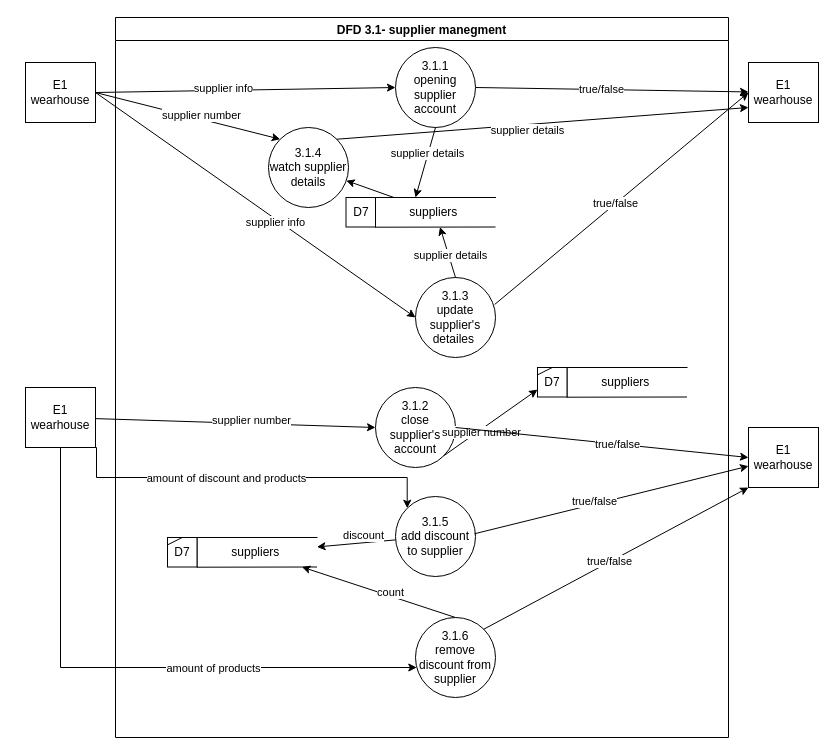
Before: page "dfd3.1" (2 of 4) of docs/DFD/DFD3_Supplier.drawio in Naveavra/Market, a draw.io diagram. Source tidied: cells renumbered, new cells numbered last; positions are measured from the earlier drawing's top-left corner, leaving out a move shared by most shapes. Both pictures are drawn from the tidied source at 100%, with x=0, y=0 at pixel (25, 17).
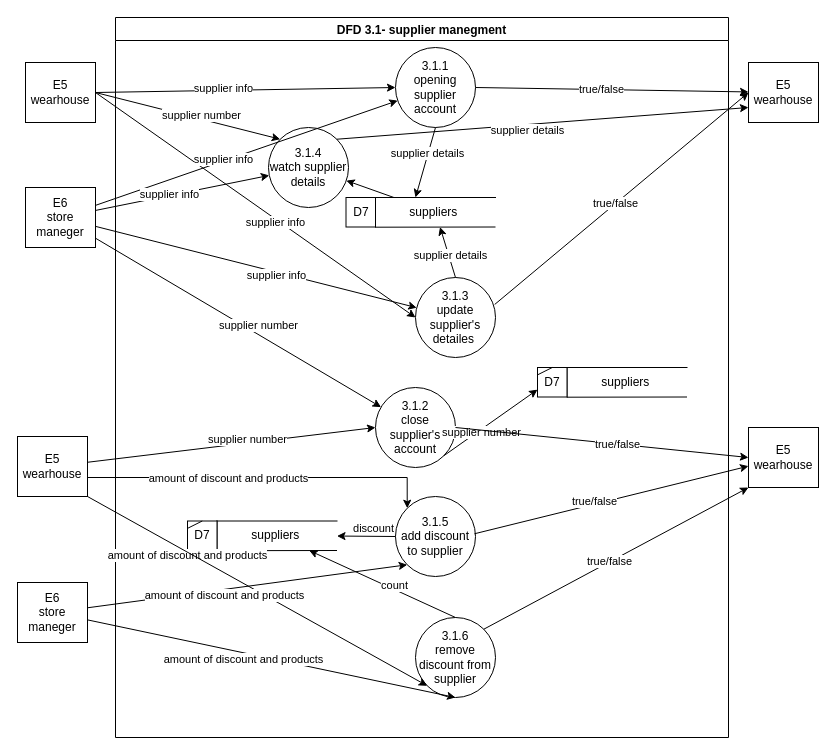
The same diagram, later.

Unchanged cells that the change refers to:
```xml
<mxCell id="2" value="DFD 3.1- supplier manegment" style="swimlane;" parent="1" vertex="1">
  <mxGeometry x="90" width="613" height="720" as="geometry" />
</mxCell>
<mxCell id="3" value="&lt;span style=&quot;&quot;&gt;3.1.1&lt;br&gt;opening supplier account&lt;br&gt;&lt;/span&gt;" style="ellipse;whiteSpace=wrap;html=1;" parent="2" vertex="1">
  <mxGeometry x="280" y="30" width="80" height="80" as="geometry" />
</mxCell>
<mxCell id="9" value="3.1.2&lt;br&gt;close supplier's account" style="ellipse;whiteSpace=wrap;html=1;" parent="2" vertex="1">
  <mxGeometry x="260" y="370" width="80" height="80" as="geometry" />
</mxCell>
<mxCell id="10" value="3.1.3 &lt;br&gt;update supplier's detailes&amp;nbsp;" style="ellipse;whiteSpace=wrap;html=1;" parent="2" vertex="1">
  <mxGeometry x="300" y="260" width="80" height="80" as="geometry" />
</mxCell>
<mxCell id="11" value="3.1.4&lt;br&gt;watch supplier&lt;br&gt;details" style="ellipse;whiteSpace=wrap;html=1;" parent="2" vertex="1">
  <mxGeometry x="153" y="110" width="80" height="80" as="geometry" />
</mxCell>
<mxCell id="19" value="3.1.5&lt;br&gt;add discount to supplier" style="ellipse;whiteSpace=wrap;html=1;" parent="2" vertex="1">
  <mxGeometry x="280" y="479" width="80" height="80" as="geometry" />
</mxCell>
<mxCell id="20" value="3.1.6&lt;br&gt;remove discount from supplier" style="ellipse;whiteSpace=wrap;html=1;" parent="2" vertex="1">
  <mxGeometry x="300" y="600" width="80" height="80" as="geometry" />
</mxCell>
```

The edit, as a diff of the source:
```diff
@@
     <mxCell id="27" value="suppliers&amp;nbsp;" style="shape=partialRectangle;whiteSpace=wrap;html=1;bottom=0;right=0;fillColor=none;" parent="2" vertex="1">
-      <mxGeometry x="81.5" y="520" width="120" height="29.5" as="geometry" />
+      <mxGeometry x="101.5" y="503.5" width="120" height="29.5" as="geometry" />
     </mxCell>
     <mxCell id="28" style="endArrow=none;html=1;rounded=0;entryX=1;entryY=1;entryDx=0;entryDy=0;" parent="2" edge="1" target="27">
       <mxGeometry relative="1" as="geometry">
-        <mxPoint x="81.5" y="549.7" as="sourcePoint" />
+        <mxPoint x="101.5" y="533.2" as="sourcePoint" />
       </mxGeometry>
     </mxCell>
     <mxCell id="29" value="D7" style="whiteSpace=wrap;html=1;" parent="2" vertex="1">
-      <mxGeometry x="52" y="520" width="29.5" height="29.5" as="geometry" />
+      <mxGeometry x="72" y="503.5" width="29.5" height="29.5" as="geometry" />
     </mxCell>
@@
+    <mxCell id="59" value="amount of discount and products" style="edgeLabel;html=1;align=center;verticalAlign=middle;" parent="2" vertex="1">
+      <mxGeometry x="132" y="610" as="geometry">
+        <mxPoint x="-61" y="-73" as="offset" />
+      </mxGeometry>
+    </mxCell>
-    <mxCell id="31" value="E1&lt;br&gt;wearhouse" style="rounded=0;whiteSpace=wrap;html=1;" parent="1" vertex="1">
+    <mxCell id="31" value="E5&lt;br&gt;wearhouse" style="rounded=0;whiteSpace=wrap;html=1;" parent="1" vertex="1">
       <mxGeometry y="45" width="70" height="60" as="geometry" />
     </mxCell>
-    <mxCell id="32" value="E1&lt;br&gt;wearhouse" style="rounded=0;whiteSpace=wrap;html=1;" parent="1" vertex="1">
+    <mxCell id="32" value="E5&lt;br&gt;wearhouse" style="rounded=0;whiteSpace=wrap;html=1;" parent="1" vertex="1">
       <mxGeometry x="723" y="45" width="70" height="60" as="geometry" />
     </mxCell>
@@
-    <mxCell id="47" value="E1&lt;br&gt;wearhouse" style="rounded=0;whiteSpace=wrap;html=1;" parent="1" vertex="1">
-      <mxGeometry y="370" width="70" height="60" as="geometry" />
+    <mxCell id="47" value="E5&lt;br&gt;wearhouse" style="rounded=0;whiteSpace=wrap;html=1;" parent="1" vertex="1">
+      <mxGeometry x="-8" y="419" width="70" height="60" as="geometry" />
     </mxCell>
-    <mxCell id="48" value="E1&lt;br&gt;wearhouse" style="rounded=0;whiteSpace=wrap;html=1;" parent="1" vertex="1">
+    <mxCell id="48" value="E5&lt;br&gt;wearhouse" style="rounded=0;whiteSpace=wrap;html=1;" parent="1" vertex="1">
       <mxGeometry x="723" y="410" width="70" height="60" as="geometry" />
     </mxCell>
@@
     <mxCell id="55" style="edgeStyle=orthogonalEdgeStyle;rounded=0;jettySize=auto;html=1;entryX=0;entryY=0;entryDx=0;entryDy=0;exitX=1;exitY=1;exitDx=0;exitDy=0;" parent="1" edge="1" source="47" target="19">
       <mxGeometry relative="1" as="geometry">
         <Array as="points">
-          <mxPoint x="71" y="430" />
-          <mxPoint x="71" y="460" />
+          <mxPoint x="62" y="460" />
           <mxPoint x="382" y="460" />
         </Array>
       </mxGeometry>
     </mxCell>
@@
+    <mxCell id="60" value="E6&lt;br&gt;store maneger" style="rounded=0;whiteSpace=wrap;html=1;" parent="1" vertex="1">
+      <mxGeometry y="170" width="70" height="60" as="geometry" />
+    </mxCell>
+    <mxCell id="61" style="endArrow=classic;html=1;rounded=0;" parent="1" edge="1" source="60" target="9">
+      <mxGeometry relative="1" as="geometry" />
+    </mxCell>
+    <mxCell id="62" value="supplier number" style="edgeLabel;html=1;align=center;verticalAlign=middle;" parent="61" vertex="1">
+      <mxGeometry x="0.11" y="8" relative="1" as="geometry" />
+    </mxCell>
+    <mxCell id="63" style="endArrow=classic;html=1;rounded=0;" parent="1" edge="1" source="60" target="3">
+      <mxGeometry relative="1" as="geometry" />
+    </mxCell>
+    <mxCell id="64" value="supplier info" style="edgeLabel;html=1;align=center;verticalAlign=middle;" parent="63" vertex="1">
+      <mxGeometry x="-0.15" y="2" relative="1" as="geometry" />
+    </mxCell>
+    <mxCell id="65" style="endArrow=classic;html=1;rounded=0;" parent="1" edge="1" source="60" target="11">
+      <mxGeometry relative="1" as="geometry" />
+    </mxCell>
+    <mxCell id="66" value="supplier info" style="edgeLabel;html=1;align=center;verticalAlign=middle;" parent="65" vertex="1">
+      <mxGeometry x="-0.15" y="2" relative="1" as="geometry" />
+    </mxCell>
+    <mxCell id="67" style="endArrow=classic;html=1;rounded=0;" parent="1" edge="1" source="60" target="10">
+      <mxGeometry relative="1" as="geometry" />
+    </mxCell>
+    <mxCell id="68" value="supplier info" style="edgeLabel;html=1;align=center;verticalAlign=middle;" parent="67" vertex="1">
+      <mxGeometry x="0.13" y="-3" relative="1" as="geometry" />
+    </mxCell>
+    <mxCell id="69" value="E6&lt;br&gt;store maneger" style="rounded=0;whiteSpace=wrap;html=1;" parent="1" vertex="1">
+      <mxGeometry x="-8" y="565" width="70" height="60" as="geometry" />
+    </mxCell>
-    <mxCell id="57" style="edgeStyle=orthogonalEdgeStyle;rounded=0;jettySize=auto;html=1;exitX=0.5;exitY=1;exitDx=0;exitDy=0;" parent="1" edge="1" source="47" target="20">
-      <mxGeometry relative="1" as="geometry">
-        <Array as="points">
-          <mxPoint x="35" y="650" />
-        </Array>
-      </mxGeometry>
+    <mxCell id="57" style="endArrow=classic;html=1;rounded=0;exitX=1;exitY=1;exitDx=0;exitDy=0;entryX=0;entryY=1;entryDx=0;entryDy=0;" parent="1" edge="1" source="47" target="20">
+      <mxGeometry relative="1" as="geometry" />
     </mxCell>
-    <mxCell id="58" value="amount of products" style="edgeLabel;html=1;align=center;verticalAlign=middle;" parent="57" vertex="1">
-      <mxGeometry x="-0.14" relative="1" as="geometry">
-        <mxPoint x="124" as="offset" />
-      </mxGeometry>
-    </mxCell>
+    <mxCell id="70" style="endArrow=classic;html=1;rounded=0;entryX=0;entryY=1;entryDx=0;entryDy=0;" parent="1" edge="1" source="69" target="19">
+      <mxGeometry relative="1" as="geometry" />
+    </mxCell>
+    <mxCell id="71" value="amount of discount and products" style="edgeLabel;html=1;align=center;verticalAlign=middle;" parent="70" vertex="1">
+      <mxGeometry x="-0.15" y="-6" relative="1" as="geometry" />
+    </mxCell>
+    <mxCell id="72" style="endArrow=classic;html=1;rounded=0;entryX=0.5;entryY=1;entryDx=0;entryDy=0;" parent="1" edge="1" source="69" target="20">
+      <mxGeometry relative="1" as="geometry" />
+    </mxCell>
+    <mxCell id="73" value="amount of discount and products" style="edgeLabel;html=1;align=center;verticalAlign=middle;" parent="72" vertex="1">
+      <mxGeometry x="-0.15" y="-6" relative="1" as="geometry" />
+    </mxCell>
```
